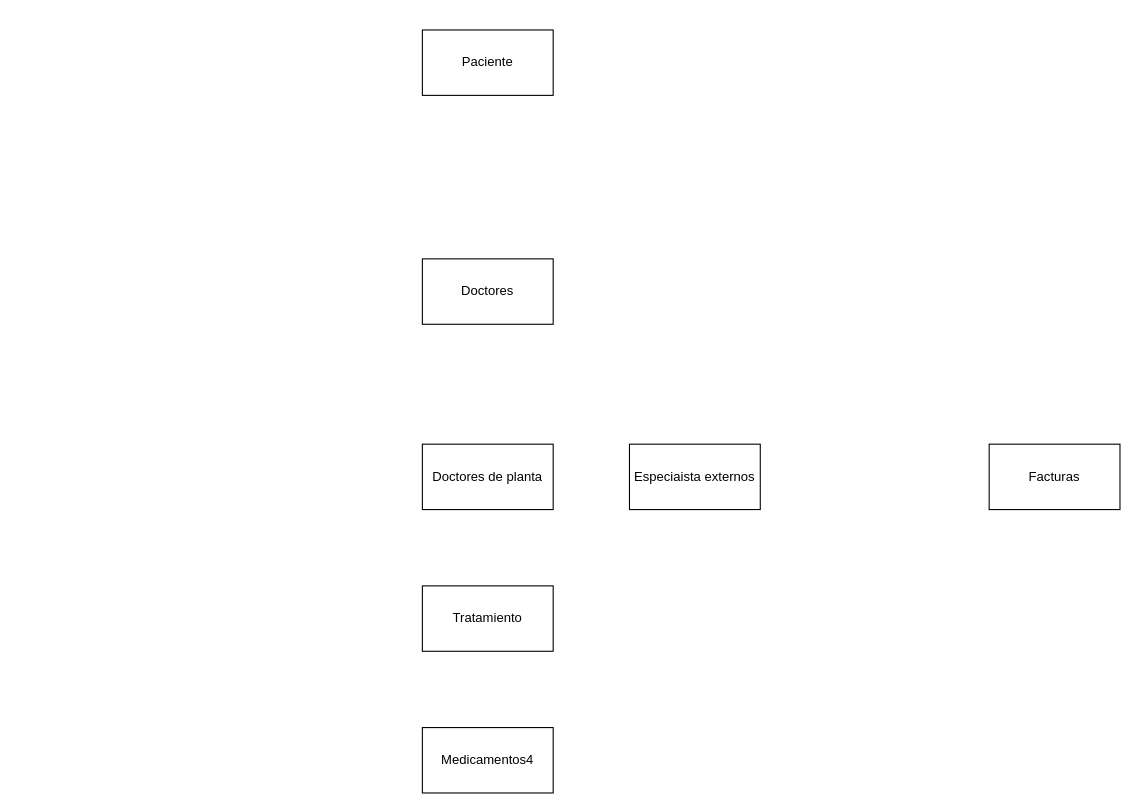
Before: Base Datos/PT0.drawio in Gotrufo-Eloy/Proyectos, a draw.io diagram. Source tidied: cells renumbered, new cells numbered last; positions are measured from the earlier drawing's top-left corner, leaving out a move shared by most shapes. Both pictures are drawn from the tidied source at 109%, with x=0, y=0 at pixel (422, 29).
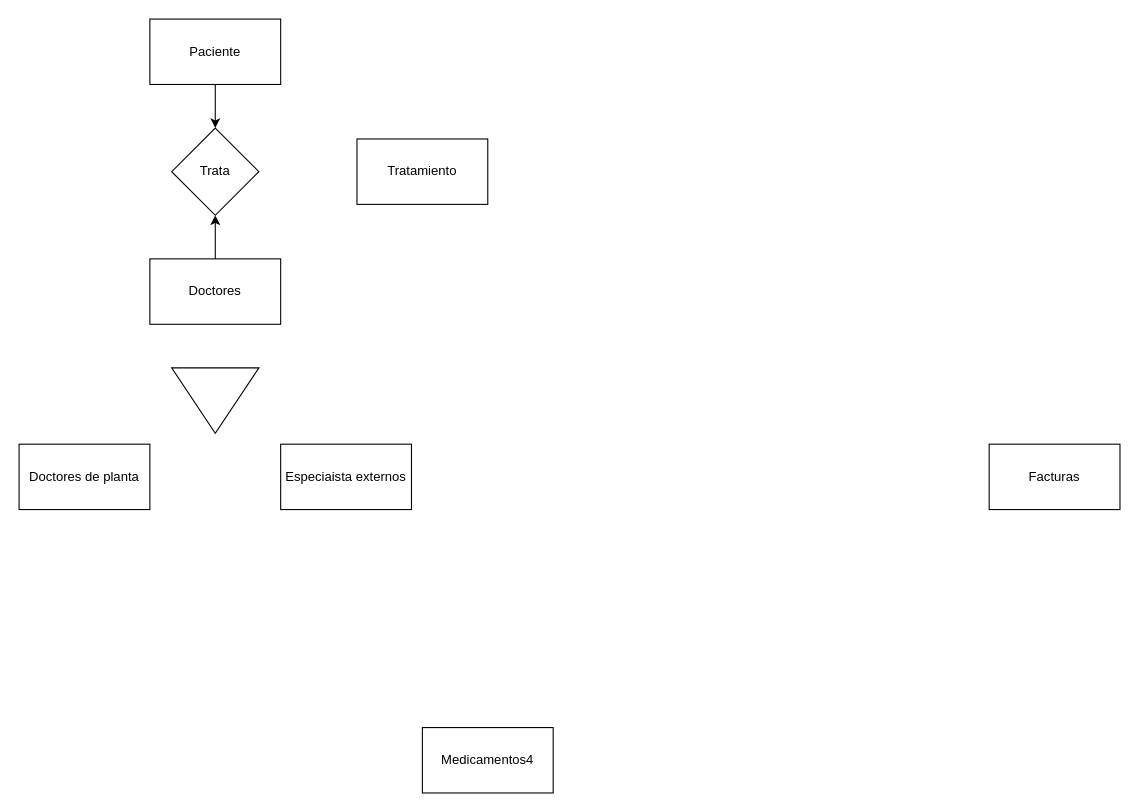
After the change.

What changed in the source:
```diff
@@
 <mxGraphModel>
   <root>
     <mxCell id="0" />
     <mxCell id="1" parent="0" />
+    <mxCell id="9" style="edgeStyle=orthogonalEdgeStyle;rounded=0;jettySize=auto;html=1;" parent="1" edge="1" source="2" target="11">
+      <mxGeometry relative="1" as="geometry" />
+    </mxCell>
     <mxCell id="2" value="Paciente" style="rounded=0;whiteSpace=wrap;html=1;" parent="1" vertex="1">
-      <mxGeometry width="120" height="60" as="geometry" />
+      <mxGeometry x="-250" y="-10" width="120" height="60" as="geometry" />
     </mxCell>
+    <mxCell id="10" style="edgeStyle=orthogonalEdgeStyle;rounded=0;jettySize=auto;html=1;" parent="1" edge="1" source="3" target="11">
+      <mxGeometry relative="1" as="geometry" />
+    </mxCell>
     <mxCell id="3" value="Doctores" style="rounded=0;whiteSpace=wrap;html=1;" parent="1" vertex="1">
-      <mxGeometry y="210" width="120" height="60" as="geometry" />
+      <mxGeometry x="-250" y="210" width="120" height="60" as="geometry" />
     </mxCell>
     <mxCell id="4" value="Doctores de planta" style="rounded=0;whiteSpace=wrap;html=1;" parent="1" vertex="1">
-      <mxGeometry y="380" width="120" height="60" as="geometry" />
+      <mxGeometry x="-370" y="380" width="120" height="60" as="geometry" />
     </mxCell>
     <mxCell id="5" value="Especiaista externos" style="rounded=0;whiteSpace=wrap;html=1;" parent="1" vertex="1">
-      <mxGeometry x="190" y="380" width="120" height="60" as="geometry" />
+      <mxGeometry x="-130" y="380" width="120" height="60" as="geometry" />
     </mxCell>
     <mxCell id="6" value="Tratamiento" style="rounded=0;whiteSpace=wrap;html=1;" parent="1" vertex="1">
-      <mxGeometry y="510" width="120" height="60" as="geometry" />
+      <mxGeometry x="-60" y="100" width="120" height="60" as="geometry" />
     </mxCell>
     <mxCell id="7" value="Medicamentos4" style="rounded=0;whiteSpace=wrap;html=1;" parent="1" vertex="1">
       <mxGeometry y="640" width="120" height="60" as="geometry" />
     </mxCell>
     <mxCell id="8" value="Facturas" style="rounded=0;whiteSpace=wrap;html=1;" parent="1" vertex="1">
       <mxGeometry x="520" y="380" width="120" height="60" as="geometry" />
     </mxCell>
+    <mxCell id="11" value="Trata" style="rhombus;whiteSpace=wrap;html=1;rounded=0;" parent="1" vertex="1">
+      <mxGeometry x="-230" y="90" width="80" height="80" as="geometry" />
+    </mxCell>
+    <mxCell id="12" style="triangle;whiteSpace=wrap;html=1;rotation=90;" parent="1" vertex="1">
+      <mxGeometry x="-220" y="300" width="60" height="80" as="geometry" />
+    </mxCell>
   </root>
 </mxGraphModel>
```
